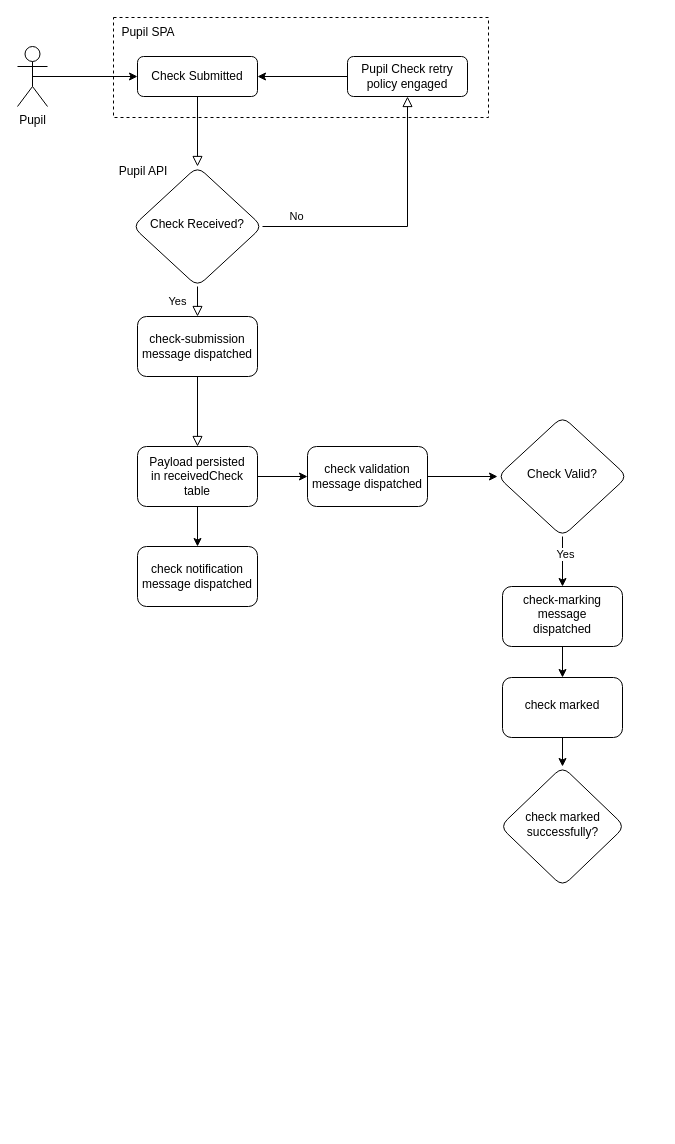
Earlier version of the draw.io diagram docs/architecture/check-submission/Check Submission-FlowChart.drawio (DFEAGILEDEVOPS/MTC). Source tidied: cells renumbered, new cells numbered last; positions are measured from the earlier drawing's top-left corner, leaving out a move shared by most shapes. Both pictures are drawn from the tidied source at 100%, with x=0, y=0 at pixel (17, 17).
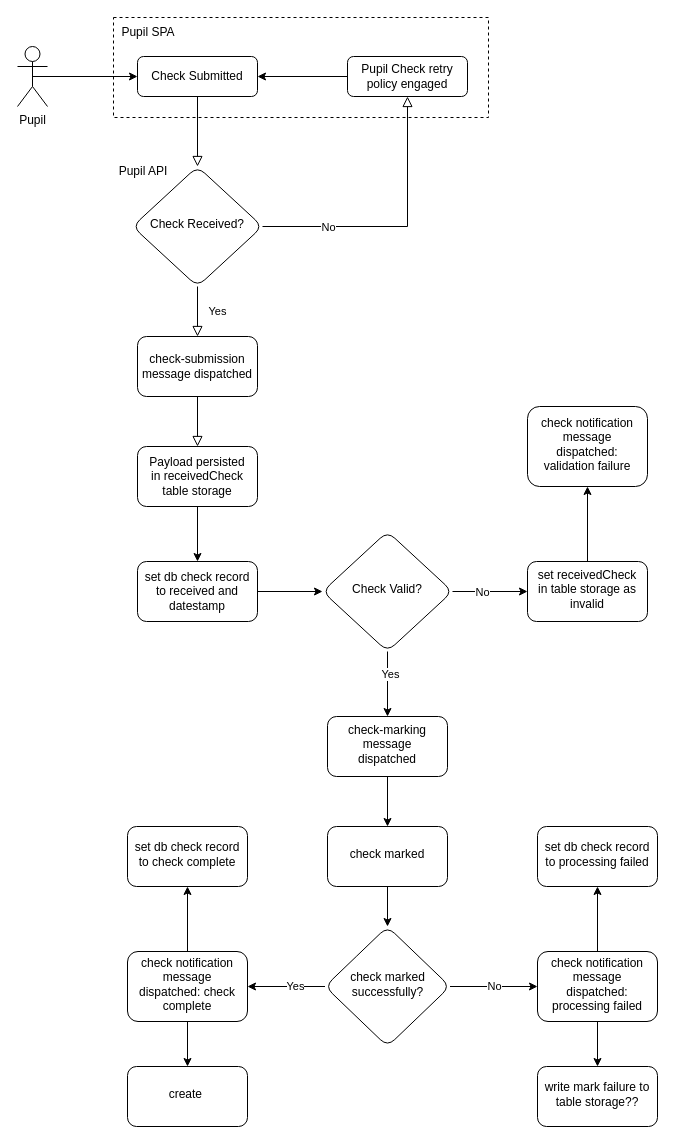
Above is the later version.

Commit message (it also covers changes not shown here):
restructure pupil check & submission. update diagram

The change refers to these unchanged cells:
```xml
<mxCell id="6" value="Check Received?" style="rhombus;whiteSpace=wrap;html=1;shadow=0;fontFamily=Helvetica;fontSize=12;align=center;strokeWidth=1;spacing=6;spacingTop=-4;rounded=1;" parent="1" vertex="1">
  <mxGeometry x="115" y="149" width="130" height="120" as="geometry" />
</mxCell>
<mxCell id="7" value="Pupil Check retry policy engaged" style="rounded=1;whiteSpace=wrap;html=1;fontSize=12;glass=0;strokeWidth=1;shadow=0;" parent="1" vertex="1">
  <mxGeometry x="330" y="39" width="120" height="40" as="geometry" />
</mxCell>
```

Change to the diagram source:
```diff
@@
-    <mxCell id="5" value="No" style="edgeStyle=orthogonalEdgeStyle;rounded=0;html=1;jettySize=auto;fontSize=11;endArrow=block;endFill=0;endSize=8;strokeWidth=1;shadow=0;labelBackgroundColor=none;" parent="1" edge="1" source="6" target="7">
+    <mxCell id="5" style="edgeStyle=orthogonalEdgeStyle;rounded=0;html=1;jettySize=auto;fontSize=11;endArrow=block;endFill=0;endSize=8;strokeWidth=1;shadow=0;labelBackgroundColor=none;" parent="1" edge="1" source="6" target="7">
       <mxGeometry x="-0.75" y="10" relative="1" as="geometry" />
     </mxCell>
+    <mxCell id="32" value="No" style="edgeLabel;html=1;align=center;verticalAlign=middle;" parent="5" vertex="1">
+      <mxGeometry x="-0.53" relative="1" as="geometry" />
+    </mxCell>
@@
-    <mxCell id="9" style="edgeStyle=orthogonalEdgeStyle;rounded=0;jettySize=auto;html=1;" parent="1" edge="1" source="11" target="15">
-      <mxGeometry relative="1" as="geometry" />
-    </mxCell>
@@
-    <mxCell id="11" value="Payload persisted&lt;div&gt;in receivedCheck table&lt;/div&gt;" style="rounded=1;whiteSpace=wrap;html=1;fontSize=12;glass=0;strokeWidth=1;shadow=0;" parent="1" vertex="1">
+    <mxCell id="11" value="Payload persisted&lt;div&gt;in receivedCheck table storage&lt;/div&gt;" style="rounded=1;whiteSpace=wrap;html=1;fontSize=12;glass=0;strokeWidth=1;shadow=0;" parent="1" vertex="1">
       <mxGeometry x="120" y="429" width="120" height="60" as="geometry" />
     </mxCell>
     <mxCell id="12" value="check-submission message dispatched" style="rounded=1;whiteSpace=wrap;html=1;fontSize=12;glass=0;strokeWidth=1;shadow=0;" parent="1" vertex="1">
-      <mxGeometry x="120" y="299" width="120" height="60" as="geometry" />
+      <mxGeometry x="120" y="319" width="120" height="60" as="geometry" />
     </mxCell>
@@
-    <mxCell id="15" value="check notification message dispatched" style="whiteSpace=wrap;html=1;rounded=1;glass=0;strokeWidth=1;shadow=0;" parent="1" vertex="1">
-      <mxGeometry x="120" y="529" width="120" height="60" as="geometry" />
-    </mxCell>
@@
-    <mxCell id="17" value="check validation message dispatched" style="whiteSpace=wrap;html=1;rounded=1;glass=0;strokeWidth=1;shadow=0;" parent="1" vertex="1">
-      <mxGeometry x="290" y="429" width="120" height="60" as="geometry" />
+    <mxCell id="17" value="set db check record to received and datestamp" style="whiteSpace=wrap;html=1;rounded=1;glass=0;strokeWidth=1;shadow=0;" parent="1" vertex="1">
+      <mxGeometry x="120" y="544" width="120" height="60" as="geometry" />
     </mxCell>
@@
+    <mxCell id="33" style="edgeStyle=none;html=1;" parent="1" edge="1" source="21" target="39">
+      <mxGeometry relative="1" as="geometry" />
+    </mxCell>
+    <mxCell id="34" value="No" style="edgeLabel;html=1;align=center;verticalAlign=middle;" parent="33" vertex="1">
+      <mxGeometry x="-0.23" relative="1" as="geometry" />
+    </mxCell>
     <mxCell id="21" value="Check Valid?" style="rhombus;whiteSpace=wrap;html=1;shadow=0;fontFamily=Helvetica;fontSize=12;align=center;strokeWidth=1;spacing=6;spacingTop=-4;rounded=1;" parent="1" vertex="1">
-      <mxGeometry x="480" y="399" width="130" height="120" as="geometry" />
+      <mxGeometry x="305" y="514" width="130" height="120" as="geometry" />
     </mxCell>
@@
     <mxCell id="23" value="check-marking message dispatched" style="whiteSpace=wrap;html=1;shadow=0;strokeWidth=1;spacing=6;spacingTop=-4;rounded=1;glass=0;" parent="1" vertex="1">
-      <mxGeometry x="485" y="569" width="120" height="60" as="geometry" />
+      <mxGeometry x="310" y="699" width="120" height="60" as="geometry" />
     </mxCell>
@@
     <mxCell id="25" value="check marked" style="whiteSpace=wrap;html=1;shadow=0;strokeWidth=1;spacing=6;spacingTop=-4;rounded=1;glass=0;" parent="1" vertex="1">
-      <mxGeometry x="485" y="660" width="120" height="60" as="geometry" />
+      <mxGeometry x="310" y="809" width="120" height="60" as="geometry" />
     </mxCell>
+    <mxCell id="35" value="No" style="edgeStyle=none;html=1;" parent="1" edge="1" source="26" target="43">
+      <mxGeometry relative="1" as="geometry" />
+    </mxCell>
+    <mxCell id="36" style="edgeStyle=none;html=1;" parent="1" edge="1" source="26" target="46">
+      <mxGeometry relative="1" as="geometry" />
+    </mxCell>
+    <mxCell id="37" value="Yes" style="edgeLabel;html=1;align=center;verticalAlign=middle;" parent="36" vertex="1">
+      <mxGeometry x="-0.21" y="-1" relative="1" as="geometry">
+        <mxPoint x="1" as="offset" />
+      </mxGeometry>
+    </mxCell>
     <mxCell id="26" value="check marked successfully?" style="rhombus;whiteSpace=wrap;html=1;shadow=0;strokeWidth=1;spacing=6;spacingTop=-4;rounded=1;glass=0;" parent="1" vertex="1">
-      <mxGeometry x="482.5" y="749" width="125" height="120" as="geometry" />
+      <mxGeometry x="307.5" y="909" width="125" height="120" as="geometry" />
     </mxCell>
+    <mxCell id="38" style="edgeStyle=none;html=1;" parent="1" edge="1" source="39" target="40">
+      <mxGeometry relative="1" as="geometry" />
+    </mxCell>
+    <mxCell id="39" value="set receivedCheck in table storage as invalid" style="whiteSpace=wrap;html=1;shadow=0;strokeWidth=1;spacing=6;spacingTop=-4;rounded=1;" parent="1" vertex="1">
+      <mxGeometry x="510" y="544" width="120" height="60" as="geometry" />
+    </mxCell>
+    <mxCell id="40" value="check notification message dispatched: validation failure" style="whiteSpace=wrap;html=1;shadow=0;strokeWidth=1;spacing=6;spacingTop=-4;rounded=1;" parent="1" vertex="1">
+      <mxGeometry x="510" y="389" width="120" height="80" as="geometry" />
+    </mxCell>
+    <mxCell id="41" style="edgeStyle=none;html=1;" parent="1" edge="1" source="43" target="47">
+      <mxGeometry relative="1" as="geometry" />
+    </mxCell>
+    <mxCell id="42" style="edgeStyle=none;html=1;" parent="1" edge="1" source="43" target="50">
+      <mxGeometry relative="1" as="geometry" />
+    </mxCell>
+    <mxCell id="43" value="check notification message dispatched: processing failed" style="whiteSpace=wrap;html=1;shadow=0;strokeWidth=1;spacing=6;spacingTop=-4;rounded=1;glass=0;" parent="1" vertex="1">
+      <mxGeometry x="520" y="934" width="120" height="70" as="geometry" />
+    </mxCell>
+    <mxCell id="44" style="edgeStyle=none;html=1;" parent="1" edge="1" source="46" target="48">
+      <mxGeometry relative="1" as="geometry" />
+    </mxCell>
+    <mxCell id="45" style="edgeStyle=none;html=1;" parent="1" edge="1" source="46" target="49">
+      <mxGeometry relative="1" as="geometry" />
+    </mxCell>
+    <mxCell id="46" value="check notification message dispatched: check complete" style="whiteSpace=wrap;html=1;shadow=0;strokeWidth=1;spacing=6;spacingTop=-4;rounded=1;glass=0;" parent="1" vertex="1">
+      <mxGeometry x="110" y="934" width="120" height="70" as="geometry" />
+    </mxCell>
+    <mxCell id="47" value="set db check record to processing failed" style="whiteSpace=wrap;html=1;shadow=0;strokeWidth=1;spacing=6;spacingTop=-4;rounded=1;glass=0;" parent="1" vertex="1">
+      <mxGeometry x="520" y="809" width="120" height="60" as="geometry" />
+    </mxCell>
+    <mxCell id="48" value="set db check record to check complete" style="whiteSpace=wrap;html=1;shadow=0;strokeWidth=1;spacing=6;spacingTop=-4;rounded=1;glass=0;" parent="1" vertex="1">
+      <mxGeometry x="110" y="809" width="120" height="60" as="geometry" />
+    </mxCell>
+    <mxCell id="49" value="create&amp;nbsp;" style="whiteSpace=wrap;html=1;shadow=0;strokeWidth=1;spacing=6;spacingTop=-4;rounded=1;glass=0;" parent="1" vertex="1">
+      <mxGeometry x="110" y="1049" width="120" height="60" as="geometry" />
+    </mxCell>
+    <mxCell id="50" value="write mark failure to table storage??" style="whiteSpace=wrap;html=1;shadow=0;strokeWidth=1;spacing=6;spacingTop=-4;rounded=1;glass=0;" parent="1" vertex="1">
+      <mxGeometry x="520" y="1049" width="120" height="60" as="geometry" />
+    </mxCell>
```
